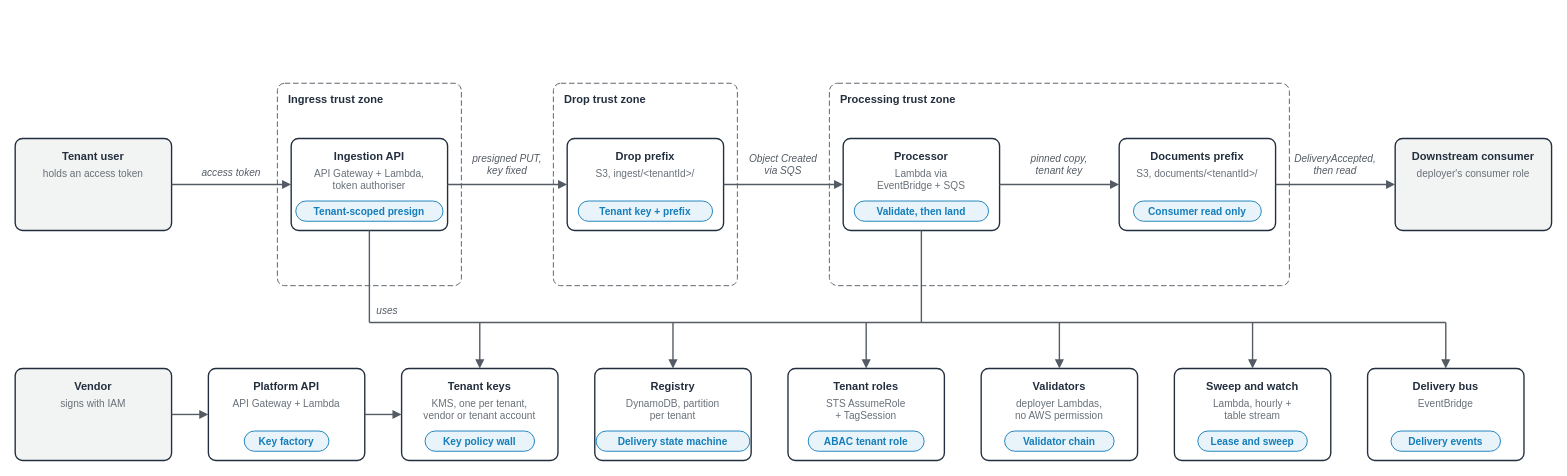
Earlier version of the draw.io diagram samples/tenant-encrypted-ingestion/diagrams/tenant-encrypted-ingestion.components.drawio (aws-samples/sample-agentic-ai-acceleration-patterns). Source tidied: cells renumbered, new cells numbered last; positions are measured from the earlier drawing's top-left corner, leaving out a move shared by most shapes. Both pictures are drawn from the tidied source at 92%, with x=0, y=0 at pixel (15, 83).
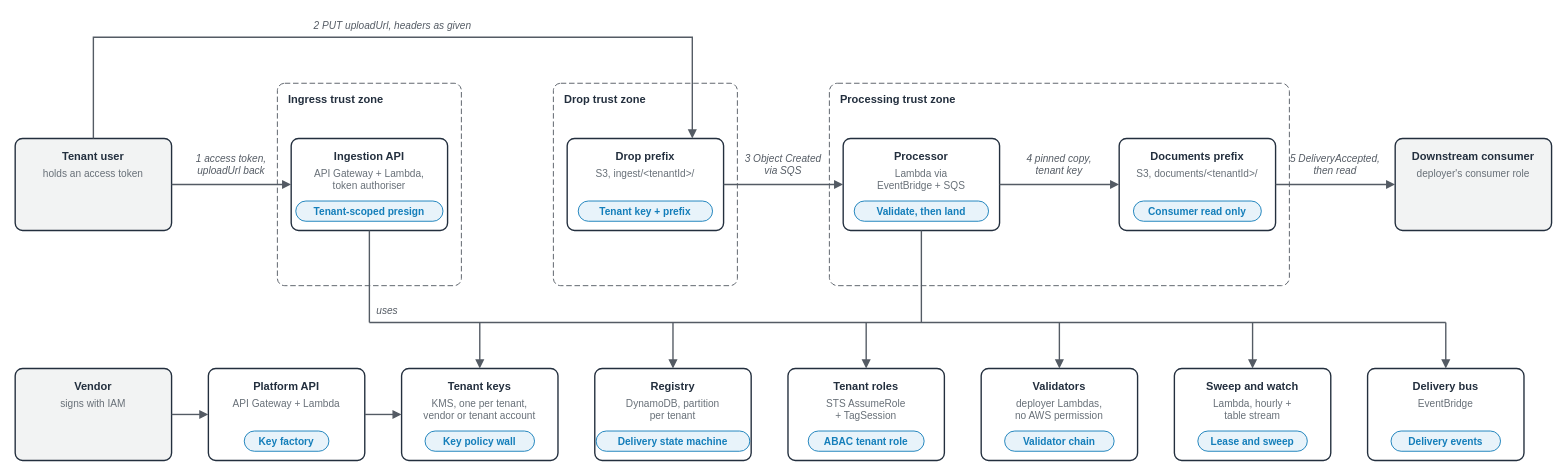
The same diagram, later.

Commit message (it also covers changes not shown here):
docs(tenant-encrypted-ingestion): components diagram shows the user PUT straight to S3, numbered hops

Unchanged cells that the change refers to:
```xml
<mxCell id="5" style="rounded=1;arcSize=8;html=0;fillColor=#F2F3F3;strokeColor=#232F3E;strokeWidth=1.5;" parent="1" vertex="1">
  <mxGeometry y="60" width="170" height="100" as="geometry" />
</mxCell>
<mxCell id="8" style="rounded=1;arcSize=8;html=0;fillColor=#FFFFFF;strokeColor=#232F3E;strokeWidth=1.5;" parent="1" vertex="1">
  <mxGeometry x="300" y="60" width="170" height="100" as="geometry" />
</mxCell>
<mxCell id="12" style="rounded=1;arcSize=8;html=0;fillColor=#FFFFFF;strokeColor=#232F3E;strokeWidth=1.5;" parent="1" vertex="1">
  <mxGeometry x="600" y="60" width="170" height="100" as="geometry" />
</mxCell>
```

Change to the diagram source:
```diff
@@
-    <mxCell id="28" value="access token" style="text;html=0;align=center;verticalAlign=top;fontSize=11;fontStyle=2;fontColor=#545B64;spacing=0;spacingTop=0;" parent="1" vertex="1">
-      <mxGeometry x="196" y="86" width="78" height="16" as="geometry" />
+    <mxCell id="28" value="1 access token,&#10;uploadUrl back" style="text;html=0;align=center;verticalAlign=top;fontSize=11;fontStyle=2;fontColor=#545B64;spacing=0;spacingTop=0;" parent="1" vertex="1">
+      <mxGeometry x="186.5" y="71" width="97" height="31" as="geometry" />
     </mxCell>
-    <mxCell id="29" style="edgeStyle=orthogonalEdgeStyle;rounded=0;html=0;strokeColor=#545B64;strokeWidth=1.5;endArrow=block;endFill=1;exitX=1;exitY=0.5;exitDx=0;exitDy=0;entryX=0;entryY=0.5;entryDx=0;entryDy=0;" parent="1" edge="1" source="8" target="12">
-      <mxGeometry relative="1" as="geometry" />
+    <mxCell id="29" style="edgeStyle=orthogonalEdgeStyle;rounded=0;html=0;strokeColor=#545B64;strokeWidth=1.5;endArrow=block;endFill=1;exitX=0.5;exitY=0;exitDx=0;exitDy=0;entryX=0.8;entryY=0;entryDx=0;entryDy=0;" parent="1" edge="1" source="5" target="12">
+      <mxGeometry relative="1" as="geometry">
+        <Array as="points">
+          <mxPoint x="85" y="-50" />
+          <mxPoint x="736" y="-50" />
+        </Array>
+      </mxGeometry>
     </mxCell>
-    <mxCell id="30" value="presigned PUT,&#10;key fixed" style="text;html=0;align=center;verticalAlign=top;fontSize=11;fontStyle=2;fontColor=#545B64;spacing=0;spacingTop=0;" parent="1" vertex="1">
-      <mxGeometry x="489.5" y="71" width="91" height="31" as="geometry" />
+    <mxCell id="30" value="2 PUT uploadUrl, headers as given" style="text;html=0;align=center;verticalAlign=top;fontSize=11;fontStyle=2;fontColor=#545B64;spacing=0;spacingTop=0;" parent="1" vertex="1">
+      <mxGeometry x="306.5" y="-74" width="208" height="16" as="geometry" />
     </mxCell>
@@
-    <mxCell id="32" value="Object Created&#10;via SQS" style="text;html=0;align=center;verticalAlign=top;fontSize=11;fontStyle=2;fontColor=#545B64;spacing=0;spacingTop=0;" parent="1" vertex="1">
-      <mxGeometry x="789.5" y="71" width="91" height="31" as="geometry" />
+    <mxCell id="32" value="3 Object Created&#10;via SQS" style="text;html=0;align=center;verticalAlign=top;fontSize=11;fontStyle=2;fontColor=#545B64;spacing=0;spacingTop=0;" parent="1" vertex="1">
+      <mxGeometry x="783.5" y="71" width="103" height="31" as="geometry" />
     </mxCell>
@@
-    <mxCell id="34" value="pinned copy,&#10;tenant key" style="text;html=0;align=center;verticalAlign=top;fontSize=11;fontStyle=2;fontColor=#545B64;spacing=0;spacingTop=0;" parent="1" vertex="1">
-      <mxGeometry x="1096" y="71" width="78" height="31" as="geometry" />
+    <mxCell id="34" value="4 pinned copy,&#10;tenant key" style="text;html=0;align=center;verticalAlign=top;fontSize=11;fontStyle=2;fontColor=#545B64;spacing=0;spacingTop=0;" parent="1" vertex="1">
+      <mxGeometry x="1089.5" y="71" width="91" height="31" as="geometry" />
     </mxCell>
@@
-    <mxCell id="36" value="DeliveryAccepted,&#10;then read" style="text;html=0;align=center;verticalAlign=top;fontSize=11;fontStyle=2;fontColor=#545B64;spacing=0;spacingTop=0;" parent="1" vertex="1">
-      <mxGeometry x="1380.5" y="71" width="109" height="31" as="geometry" />
+    <mxCell id="36" value="5 DeliveryAccepted,&#10;then read" style="text;html=0;align=center;verticalAlign=top;fontSize=11;fontStyle=2;fontColor=#545B64;spacing=0;spacingTop=0;" parent="1" vertex="1">
+      <mxGeometry x="1374" y="71" width="122" height="31" as="geometry" />
     </mxCell>
```
